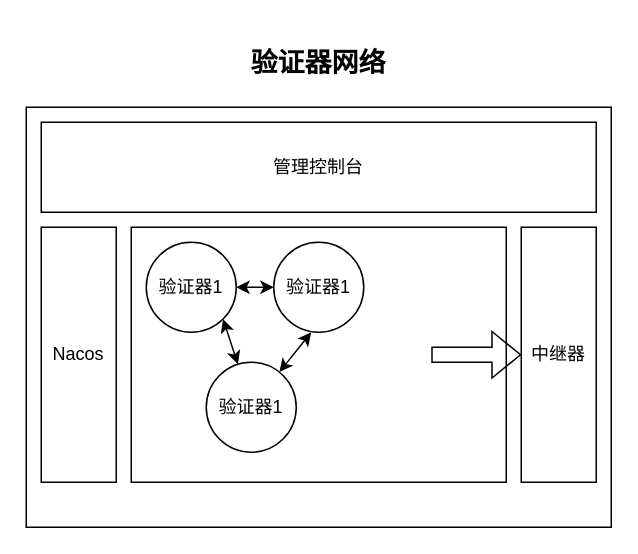
Above: 跨链桥验证器网络.drawio in ForLina/sxc_contract (draw.io), before the change. Source tidied: cells renumbered, new cells numbered last; positions are measured from the earlier drawing's top-left corner, leaving out a move shared by most shapes. Both pictures are drawn from the tidied source at 150%, with x=0, y=0 at pixel (26, 106).
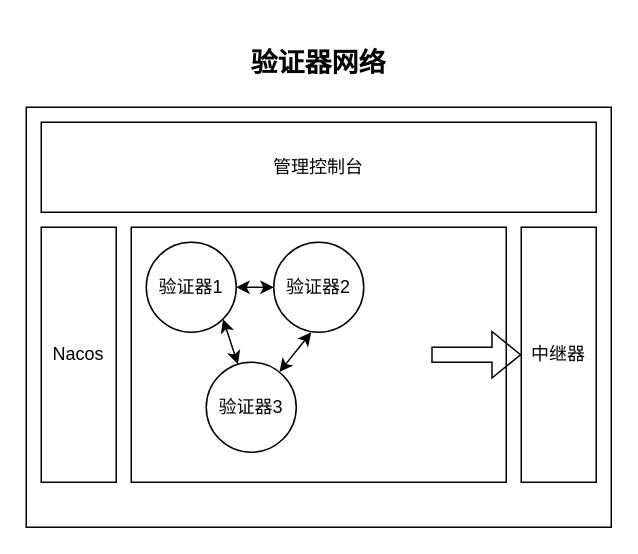
The same page after the edit.

Commit message:
更新跨链桥验证器网络.drawio

Change to the diagram source:
```diff
@@
 <mxGraphModel>
   <root>
     <mxCell id="0" />
     <mxCell id="1" parent="0" />
     <mxCell id="2" value="&lt;h2&gt;验证器网络&lt;/h2&gt;" style="rounded=0;whiteSpace=wrap;html=1;labelPosition=center;verticalLabelPosition=top;align=center;verticalAlign=bottom;" parent="1" vertex="1">
       <mxGeometry width="390" height="280" as="geometry" />
     </mxCell>
     <mxCell id="3" style="rounded=0;whiteSpace=wrap;html=1;" parent="1" vertex="1">
       <mxGeometry x="70" y="80" width="250" height="170" as="geometry" />
     </mxCell>
     <mxCell id="4" value="Nacos" style="rounded=0;whiteSpace=wrap;html=1;" parent="1" vertex="1">
       <mxGeometry x="10" y="80" width="50" height="170" as="geometry" />
     </mxCell>
     <mxCell id="5" value="中继器" style="rounded=0;whiteSpace=wrap;html=1;" parent="1" vertex="1">
       <mxGeometry x="330" y="80" width="50" height="170" as="geometry" />
     </mxCell>
     <mxCell id="6" value="验证器1" style="ellipse;whiteSpace=wrap;html=1;" parent="1" vertex="1">
       <mxGeometry x="80" y="90" width="60" height="60" as="geometry" />
     </mxCell>
-    <mxCell id="7" value="验证器1" style="ellipse;whiteSpace=wrap;html=1;" parent="1" vertex="1">
+    <mxCell id="7" value="验证器2" style="ellipse;whiteSpace=wrap;html=1;" parent="1" vertex="1">
       <mxGeometry x="165" y="90" width="60" height="60" as="geometry" />
     </mxCell>
-    <mxCell id="8" value="验证器1" style="ellipse;whiteSpace=wrap;html=1;" parent="1" vertex="1">
+    <mxCell id="8" value="验证器3" style="ellipse;whiteSpace=wrap;html=1;" parent="1" vertex="1">
       <mxGeometry x="120" y="170" width="60" height="60" as="geometry" />
     </mxCell>
     <mxCell id="9" style="endArrow=classic;startArrow=classic;html=1;rounded=0;" parent="1" edge="1" source="8">
       <mxGeometry relative="1" as="geometry">
         <mxPoint x="190" y="150" as="targetPoint" />
       </mxGeometry>
     </mxCell>
     <mxCell id="10" style="endArrow=classic;startArrow=classic;html=1;rounded=0;entryX=1;entryY=1;entryDx=0;entryDy=0;" parent="1" edge="1" source="8" target="6">
       <mxGeometry relative="1" as="geometry" />
     </mxCell>
     <mxCell id="11" style="endArrow=classic;startArrow=classic;html=1;rounded=0;entryX=0;entryY=0.5;entryDx=0;entryDy=0;exitX=1;exitY=0.5;exitDx=0;exitDy=0;" parent="1" edge="1" source="6" target="7">
       <mxGeometry relative="1" as="geometry" />
     </mxCell>
     <mxCell id="12" style="shape=flexArrow;endArrow=classic;html=1;rounded=0;entryX=0;entryY=0.5;entryDx=0;entryDy=0;" parent="1" edge="1" target="5">
       <mxGeometry relative="1" as="geometry">
         <mxPoint x="270" y="165" as="sourcePoint" />
       </mxGeometry>
     </mxCell>
     <mxCell id="13" value="管理控制台" style="rounded=0;whiteSpace=wrap;html=1;" parent="1" vertex="1">
       <mxGeometry x="10" y="10" width="370" height="60" as="geometry" />
     </mxCell>
   </root>
 </mxGraphModel>
```
